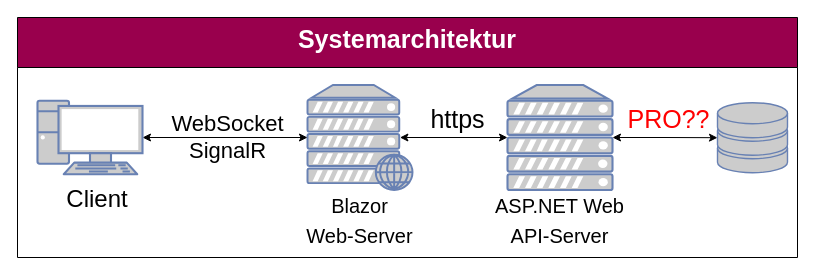
Before: page "3-Tier" (4 of 5) of Parlivote.Shared/Documentation/Untitled Diagram.drawio in schnickalodeon/Parlivote, a draw.io diagram. Source tidied: cells renumbered, new cells numbered last; positions are measured from the earlier drawing's top-left corner, leaving out a move shared by most shapes. Both pictures are drawn from the tidied source at 100%, with x=0, y=0 at pixel (17, 17).
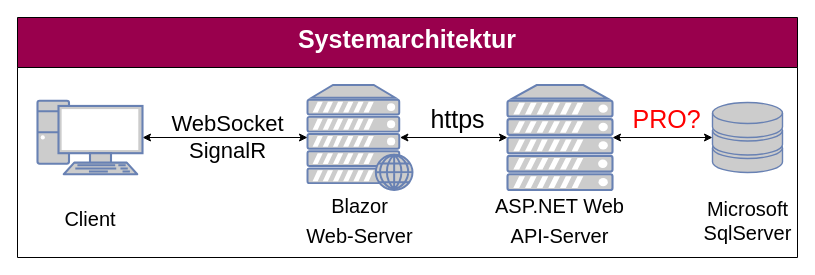
The same diagram, later.

Diff of the diagram source:
```diff
@@
 <mxGraphModel>
   <root>
     <mxCell id="0" />
     <mxCell id="1" parent="0" />
     <mxCell id="2" value="Systemarchitektur&#10;" style="swimlane;fontSize=25;fontColor=#FFFFFF;strokeColor=#000000;strokeWidth=1;fillColor=#99004D;startSize=50;verticalAlign=top;" parent="1" vertex="1">
       <mxGeometry width="780" height="240" as="geometry" />
     </mxCell>
     <mxCell id="3" style="edgeStyle=orthogonalEdgeStyle;rounded=0;jettySize=auto;html=1;entryX=0;entryY=0.5;entryDx=0;entryDy=0;entryPerimeter=0;fontSize=25;fontColor=#990099;startArrow=classic;startFill=1;strokeColor=#000000;strokeWidth=1;exitX=0.88;exitY=0.5;exitDx=0;exitDy=0;exitPerimeter=0;" parent="2" edge="1" source="4" target="7">
       <mxGeometry relative="1" as="geometry" />
     </mxCell>
     <mxCell id="4" style="fontColor=#0066CC;verticalAlign=top;verticalLabelPosition=bottom;labelPosition=center;align=center;html=1;outlineConnect=0;fillColor=#CCCCCC;strokeColor=#6881B3;gradientColor=none;gradientDirection=north;strokeWidth=2;shape=mxgraph.networks.web_server;fontSize=25;" parent="2" vertex="1">
       <mxGeometry x="290" y="67.5" width="105" height="105" as="geometry" />
     </mxCell>
     <mxCell id="5" style="edgeStyle=orthogonalEdgeStyle;rounded=0;jettySize=auto;html=1;exitX=1;exitY=0.5;exitDx=0;exitDy=0;exitPerimeter=0;entryX=0;entryY=0.5;entryDx=0;entryDy=0;entryPerimeter=0;fontSize=25;fontColor=#990099;startArrow=classic;startFill=1;strokeColor=#000000;strokeWidth=1;" parent="2" edge="1" source="7" target="10">
       <mxGeometry relative="1" as="geometry" />
     </mxCell>
-    <mxCell id="6" value="&lt;font&gt;PRO??&lt;/font&gt;" style="edgeLabel;html=1;align=center;verticalAlign=middle;fontSize=25;fontColor=#FF0000;labelBackgroundColor=none;" parent="5" vertex="1">
+    <mxCell id="6" value="&lt;font&gt;PRO?&lt;/font&gt;" style="edgeLabel;html=1;align=center;verticalAlign=middle;fontSize=25;fontColor=#FF0000;labelBackgroundColor=none;" parent="5" vertex="1">
       <mxGeometry x="-0.15" y="1" relative="1" as="geometry">
         <mxPoint x="10" y="-19" as="offset" />
       </mxGeometry>
     </mxCell>
     <mxCell id="7" style="fontColor=#0066CC;verticalAlign=top;verticalLabelPosition=bottom;labelPosition=center;align=center;html=1;outlineConnect=0;fillColor=#CCCCCC;strokeColor=#6881B3;gradientColor=none;gradientDirection=north;strokeWidth=2;shape=mxgraph.networks.server;fontSize=25;" parent="2" vertex="1">
       <mxGeometry x="490" y="67.5" width="105" height="105" as="geometry" />
     </mxCell>
     <mxCell id="8" style="edgeStyle=orthogonalEdgeStyle;rounded=0;jettySize=auto;html=1;fontSize=25;fontColor=#990099;strokeColor=#000000;strokeWidth=1;startArrow=classic;startFill=1;" parent="2" edge="1" source="9" target="4">
       <mxGeometry relative="1" as="geometry" />
     </mxCell>
     <mxCell id="9" style="fontColor=#0066CC;verticalAlign=top;verticalLabelPosition=bottom;labelPosition=center;align=center;html=1;outlineConnect=0;fillColor=#CCCCCC;strokeColor=#6881B3;gradientColor=none;gradientDirection=north;strokeWidth=2;shape=mxgraph.networks.pc;fontSize=25;" parent="2" vertex="1">
       <mxGeometry x="20" y="83.2" width="105" height="73.5" as="geometry" />
     </mxCell>
     <mxCell id="10" style="fontColor=#0066CC;verticalAlign=top;verticalLabelPosition=bottom;labelPosition=center;align=center;html=1;outlineConnect=0;fillColor=#CCCCCC;strokeColor=#6881B3;gradientColor=none;gradientDirection=north;strokeWidth=2;shape=mxgraph.networks.storage;fontSize=25;" parent="2" vertex="1">
-      <mxGeometry x="700" y="85.2" width="70" height="70" as="geometry" />
+      <mxGeometry x="695" y="85" width="70" height="70" as="geometry" />
     </mxCell>
     <mxCell id="11" value="&lt;font color=&quot;#000000&quot;&gt;https&lt;/font&gt;" style="text;html=1;align=center;verticalAlign=middle;strokeColor=none;fillColor=none;fontSize=25;fontColor=#990099;" parent="2" vertex="1">
       <mxGeometry x="405" y="81" width="70" height="40" as="geometry" />
     </mxCell>
     <mxCell id="12" value="WebSocket&lt;br style=&quot;font-size: 22px;&quot;&gt;SignalR" style="text;html=1;align=center;verticalAlign=middle;strokeColor=none;fillColor=none;fontSize=22;fontColor=#000000;" parent="2" vertex="1">
       <mxGeometry x="145" y="90.2" width="130" height="60" as="geometry" />
     </mxCell>
-    <mxCell id="13" value="&lt;font style=&quot;font-size: 24px;&quot;&gt;Client&lt;/font&gt;" style="text;html=1;strokeColor=none;fillColor=none;align=center;verticalAlign=middle;whiteSpace=wrap;rounded=0;labelBackgroundColor=none;fontSize=25;fontColor=none;" parent="2" vertex="1">
-      <mxGeometry x="40" y="166" width="80" height="30" as="geometry" />
+    <mxCell id="13" value="&lt;font style=&quot;font-size: 20px;&quot;&gt;Client&lt;/font&gt;" style="text;html=1;strokeColor=none;fillColor=none;align=center;verticalAlign=middle;whiteSpace=wrap;rounded=0;labelBackgroundColor=none;fontSize=20;fontColor=none;" parent="2" vertex="1">
+      <mxGeometry x="32.5" y="185.5" width="80" height="30" as="geometry" />
     </mxCell>
     <mxCell id="14" value="&lt;font style=&quot;font-size: 20px;&quot;&gt;Blazor&lt;br&gt;Web-Server&lt;/font&gt;" style="text;html=1;strokeColor=none;fillColor=none;align=center;verticalAlign=middle;whiteSpace=wrap;rounded=0;labelBackgroundColor=none;fontSize=25;fontColor=none;" parent="2" vertex="1">
       <mxGeometry x="246.2" y="173.5" width="192.5" height="54" as="geometry" />
     </mxCell>
     <mxCell id="15" value="&lt;font style=&quot;font-size: 20px;&quot;&gt;ASP.NET Web &lt;br&gt;API-Server&lt;/font&gt;" style="text;html=1;strokeColor=none;fillColor=none;align=center;verticalAlign=middle;whiteSpace=wrap;rounded=0;labelBackgroundColor=none;fontSize=25;fontColor=none;" parent="2" vertex="1">
       <mxGeometry x="452.8" y="170.5" width="179.4" height="60" as="geometry" />
     </mxCell>
+    <mxCell id="16" value="Microsoft&lt;br&gt;SqlServer" style="text;html=1;align=center;verticalAlign=middle;strokeColor=none;fillColor=none;fontSize=20;fontColor=none;" parent="2" vertex="1">
+      <mxGeometry x="680" y="177.5" width="100" height="50" as="geometry" />
+    </mxCell>
   </root>
 </mxGraphModel>
```
